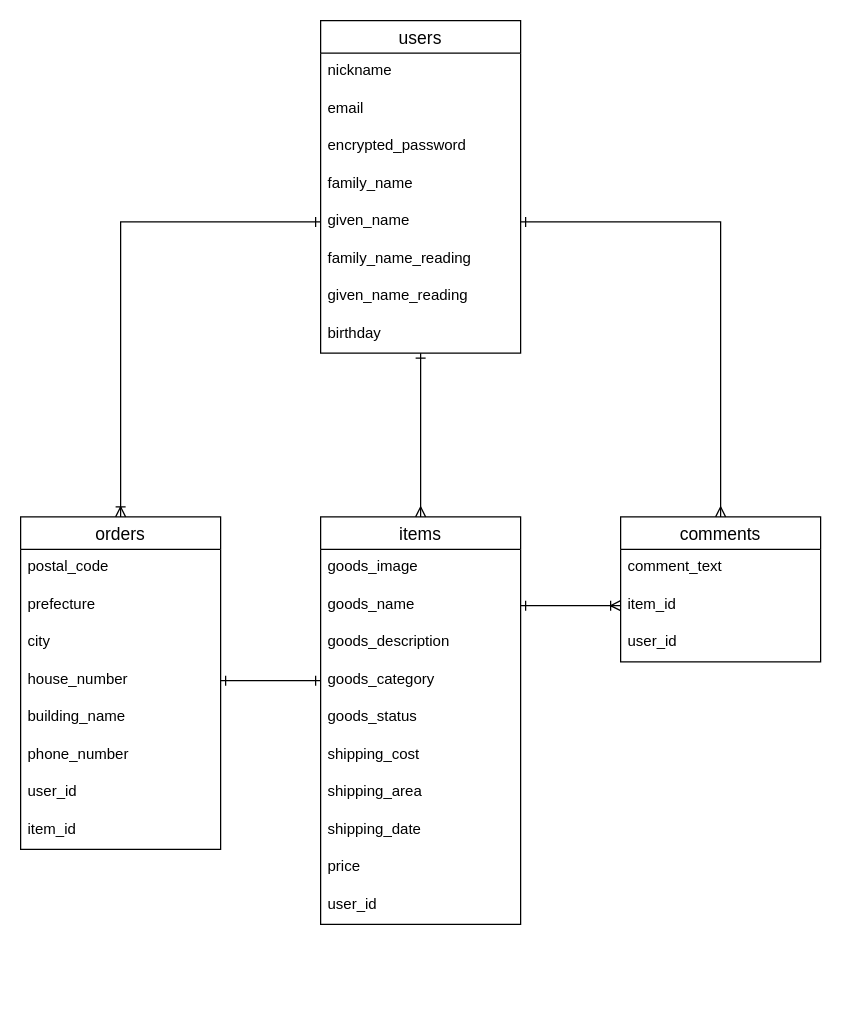
Before: database.dio in terryleotuba/furima-36472, a draw.io diagram. Source tidied: cells renumbered, new cells numbered last; positions are measured from the earlier drawing's top-left corner, leaving out a move shared by most shapes. Both pictures are drawn from the tidied source at 125%, with x=0, y=0 at pixel (20, 20).
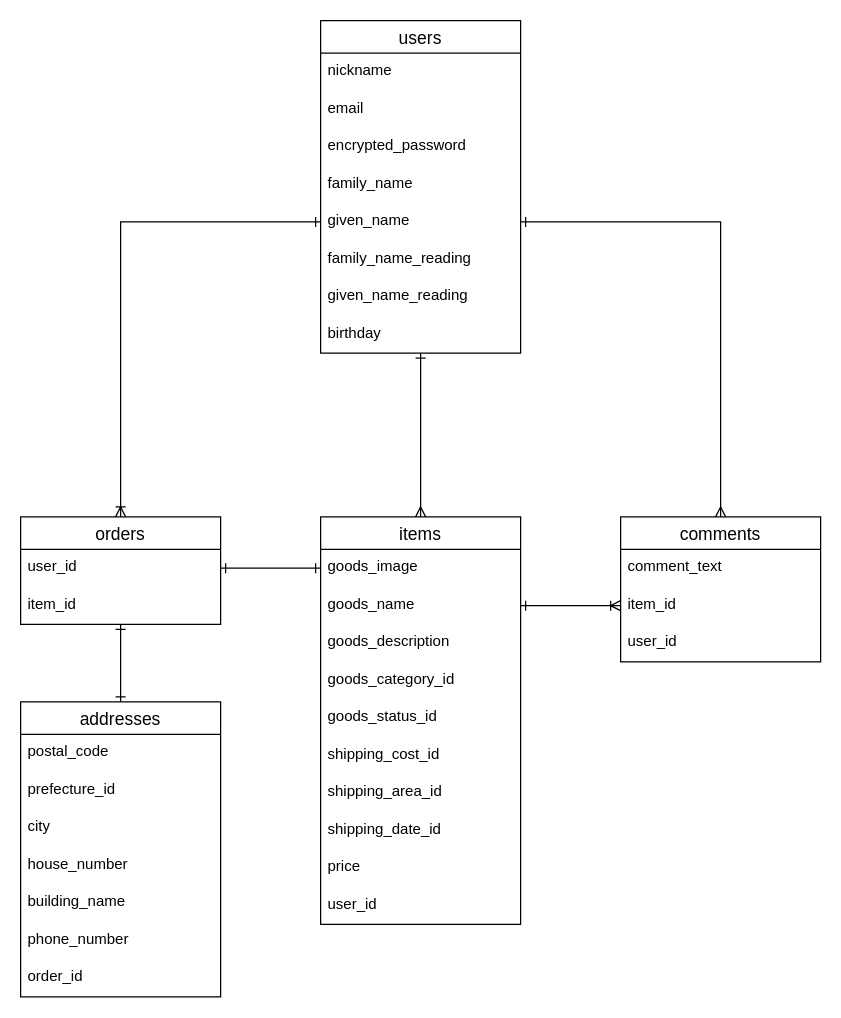
The same diagram, later.

Commit message (it also covers changes not shown here):
データベース設計修正

Unchanged cells that the change refers to:
```xml
<mxCell id="11" value="items" style="swimlane;fontStyle=0;horizontal=1;startSize=26;align=center;fontSize=14;" parent="1" vertex="1">
  <mxGeometry x="240" y="397" width="160" height="326" as="geometry" />
</mxCell>
<mxCell id="12" value="goods_image" style="text;strokeColor=none;fillColor=none;spacingLeft=4;spacingRight=4;overflow=hidden;points=[[0,0.5],[1,0.5]];portConstraint=eastwest;fontSize=12;" parent="11" vertex="1">
  <mxGeometry y="26" width="160" height="30" as="geometry" />
</mxCell>
```

Diff of the diagram source:
```diff
@@
-    <mxCell id="15" value="goods_category" style="text;strokeColor=none;fillColor=none;spacingLeft=4;spacingRight=4;overflow=hidden;points=[[0,0.5],[1,0.5]];portConstraint=eastwest;fontSize=12;" parent="11" vertex="1">
+    <mxCell id="15" value="goods_category_id" style="text;strokeColor=none;fillColor=none;spacingLeft=4;spacingRight=4;overflow=hidden;points=[[0,0.5],[1,0.5]];portConstraint=eastwest;fontSize=12;" parent="11" vertex="1">
       <mxGeometry y="116" width="160" height="30" as="geometry" />
     </mxCell>
-    <mxCell id="16" value="goods_status" style="text;strokeColor=none;fillColor=none;spacingLeft=4;spacingRight=4;overflow=hidden;fontSize=12;" parent="11" vertex="1">
+    <mxCell id="16" value="goods_status_id" style="text;strokeColor=none;fillColor=none;spacingLeft=4;spacingRight=4;overflow=hidden;fontSize=12;" parent="11" vertex="1">
       <mxGeometry y="146" width="160" height="30" as="geometry" />
     </mxCell>
-    <mxCell id="17" value="shipping_cost" style="text;strokeColor=none;fillColor=none;spacingLeft=4;spacingRight=4;overflow=hidden;fontSize=12;" parent="11" vertex="1">
+    <mxCell id="17" value="shipping_cost_id" style="text;strokeColor=none;fillColor=none;spacingLeft=4;spacingRight=4;overflow=hidden;fontSize=12;" parent="11" vertex="1">
       <mxGeometry y="176" width="160" height="30" as="geometry" />
     </mxCell>
-    <mxCell id="18" value="shipping_area" style="text;strokeColor=none;fillColor=none;spacingLeft=4;spacingRight=4;overflow=hidden;fontSize=12;" parent="11" vertex="1">
+    <mxCell id="18" value="shipping_area_id" style="text;strokeColor=none;fillColor=none;spacingLeft=4;spacingRight=4;overflow=hidden;fontSize=12;" parent="11" vertex="1">
       <mxGeometry y="206" width="160" height="30" as="geometry" />
     </mxCell>
-    <mxCell id="19" value="shipping_date" style="text;strokeColor=none;fillColor=none;spacingLeft=4;spacingRight=4;overflow=hidden;fontSize=12;" parent="11" vertex="1">
+    <mxCell id="19" value="shipping_date_id" style="text;strokeColor=none;fillColor=none;spacingLeft=4;spacingRight=4;overflow=hidden;fontSize=12;" parent="11" vertex="1">
       <mxGeometry y="236" width="160" height="30" as="geometry" />
     </mxCell>
@@
     <mxCell id="22" value="orders" style="swimlane;fontStyle=0;horizontal=1;startSize=26;align=center;fontSize=14;" parent="1" vertex="1">
-      <mxGeometry y="397" width="160" height="266" as="geometry" />
+      <mxGeometry y="397" width="160" height="86" as="geometry" />
     </mxCell>
-    <mxCell id="23" value="postal_code" style="text;strokeColor=none;fillColor=none;spacingLeft=4;spacingRight=4;overflow=hidden;fontSize=12;" parent="22" vertex="1">
-      <mxGeometry y="26" width="160" height="30" as="geometry" />
-    </mxCell>
-    <mxCell id="24" value="prefecture" style="text;strokeColor=none;fillColor=none;spacingLeft=4;spacingRight=4;overflow=hidden;fontSize=12;" parent="22" vertex="1">
-      <mxGeometry y="56" width="160" height="30" as="geometry" />
-    </mxCell>
-    <mxCell id="25" value="city" style="text;strokeColor=none;fillColor=none;spacingLeft=4;spacingRight=4;overflow=hidden;fontSize=12;" parent="22" vertex="1">
-      <mxGeometry y="86" width="160" height="30" as="geometry" />
-    </mxCell>
-    <mxCell id="26" value="house_number" style="text;strokeColor=none;fillColor=none;spacingLeft=4;spacingRight=4;overflow=hidden;points=[[0,0.5],[1,0.5]];portConstraint=eastwest;fontSize=12;" parent="22" vertex="1">
-      <mxGeometry y="116" width="160" height="30" as="geometry" />
-    </mxCell>
-    <mxCell id="27" value="building_name" style="text;strokeColor=none;fillColor=none;spacingLeft=4;spacingRight=4;overflow=hidden;fontSize=12;" parent="22" vertex="1">
-      <mxGeometry y="146" width="160" height="30" as="geometry" />
-    </mxCell>
-    <mxCell id="28" value="phone_number" style="text;strokeColor=none;fillColor=none;spacingLeft=4;spacingRight=4;overflow=hidden;fontSize=12;" parent="22" vertex="1">
-      <mxGeometry y="176" width="160" height="30" as="geometry" />
-    </mxCell>
     <mxCell id="29" value="user_id" style="text;strokeColor=none;fillColor=none;spacingLeft=4;spacingRight=4;overflow=hidden;points=[[0,0.5],[1,0.5]];portConstraint=eastwest;fontSize=12;" parent="22" vertex="1">
-      <mxGeometry y="206" width="160" height="30" as="geometry" />
+      <mxGeometry y="26" width="160" height="30" as="geometry" />
     </mxCell>
     <mxCell id="30" value="item_id" style="text;strokeColor=none;fillColor=none;spacingLeft=4;spacingRight=4;overflow=hidden;points=[[0,0.5],[1,0.5]];portConstraint=eastwest;fontSize=12;" parent="22" vertex="1">
-      <mxGeometry y="236" width="160" height="30" as="geometry" />
+      <mxGeometry y="56" width="160" height="30" as="geometry" />
     </mxCell>
@@
-    <mxCell id="38" style="edgeStyle=orthogonalEdgeStyle;rounded=0;jettySize=auto;html=1;exitX=0;exitY=0.5;exitDx=0;exitDy=0;entryX=1;entryY=0.5;entryDx=0;entryDy=0;startArrow=ERone;startFill=0;endArrow=ERone;endFill=0;" parent="1" edge="1" source="15" target="26">
+    <mxCell id="38" style="edgeStyle=orthogonalEdgeStyle;rounded=0;jettySize=auto;html=1;exitX=0;exitY=0.5;exitDx=0;exitDy=0;startArrow=ERone;startFill=0;endArrow=ERone;endFill=0;entryX=1;entryY=0.5;entryDx=0;entryDy=0;" parent="1" edge="1" source="12" target="29">
       <mxGeometry relative="1" as="geometry" />
     </mxCell>
@@
+    <mxCell id="40" value="addresses" style="swimlane;fontStyle=0;horizontal=1;startSize=26;align=center;fontSize=14;" parent="1" vertex="1">
+      <mxGeometry y="545" width="160" height="236" as="geometry" />
+    </mxCell>
+    <mxCell id="23" value="postal_code" style="text;strokeColor=none;fillColor=none;spacingLeft=4;spacingRight=4;overflow=hidden;fontSize=12;" parent="40" vertex="1">
+      <mxGeometry y="26" width="160" height="30" as="geometry" />
+    </mxCell>
+    <mxCell id="41" value="prefecture_id" style="text;strokeColor=none;fillColor=none;spacingLeft=4;spacingRight=4;overflow=hidden;fontSize=12;" parent="40" vertex="1">
+      <mxGeometry y="56" width="160" height="30" as="geometry" />
+    </mxCell>
+    <mxCell id="25" value="city" style="text;strokeColor=none;fillColor=none;spacingLeft=4;spacingRight=4;overflow=hidden;fontSize=12;" parent="40" vertex="1">
+      <mxGeometry y="86" width="160" height="30" as="geometry" />
+    </mxCell>
+    <mxCell id="26" value="house_number" style="text;strokeColor=none;fillColor=none;spacingLeft=4;spacingRight=4;overflow=hidden;points=[[0,0.5],[1,0.5]];portConstraint=eastwest;fontSize=12;" parent="40" vertex="1">
+      <mxGeometry y="116" width="160" height="30" as="geometry" />
+    </mxCell>
+    <mxCell id="27" value="building_name" style="text;strokeColor=none;fillColor=none;spacingLeft=4;spacingRight=4;overflow=hidden;fontSize=12;" parent="40" vertex="1">
+      <mxGeometry y="146" width="160" height="30" as="geometry" />
+    </mxCell>
+    <mxCell id="28" value="phone_number" style="text;strokeColor=none;fillColor=none;spacingLeft=4;spacingRight=4;overflow=hidden;fontSize=12;" parent="40" vertex="1">
+      <mxGeometry y="176" width="160" height="30" as="geometry" />
+    </mxCell>
+    <mxCell id="42" value="order_id" style="text;strokeColor=none;fillColor=none;spacingLeft=4;spacingRight=4;overflow=hidden;fontSize=12;" parent="40" vertex="1">
+      <mxGeometry y="206" width="160" height="30" as="geometry" />
+    </mxCell>
+    <mxCell id="43" style="edgeStyle=orthogonalEdgeStyle;rounded=0;jettySize=auto;html=1;exitX=0.5;exitY=0;exitDx=0;exitDy=0;startArrow=ERone;startFill=0;endArrow=ERone;endFill=0;entryX=0.5;entryY=1;entryDx=0;entryDy=0;entryPerimeter=0;" parent="1" edge="1" source="40" target="30">
+      <mxGeometry relative="1" as="geometry" />
+    </mxCell>
```
